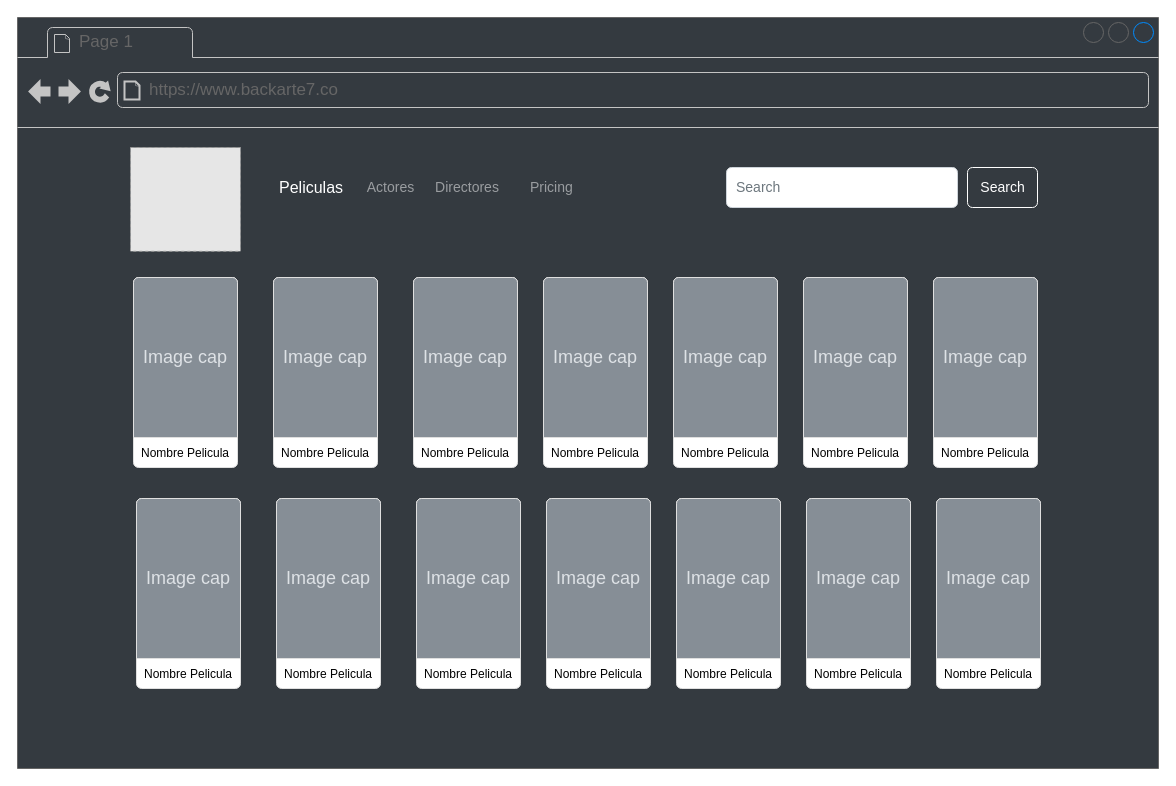
This is diagramas/ListaDePeliculas.drawio from ronguito/MISW4103-PAS, a draw.io file, before an edit. Source tidied: cells renumbered, new cells numbered last; positions are measured from the earlier drawing's top-left corner, leaving out a move shared by most shapes. Both pictures are drawn from the tidied source at 100%, with x=0, y=0 at pixel (17, 17). Pictures stored in the file or linked from it are replaced by grey dashed boxes.
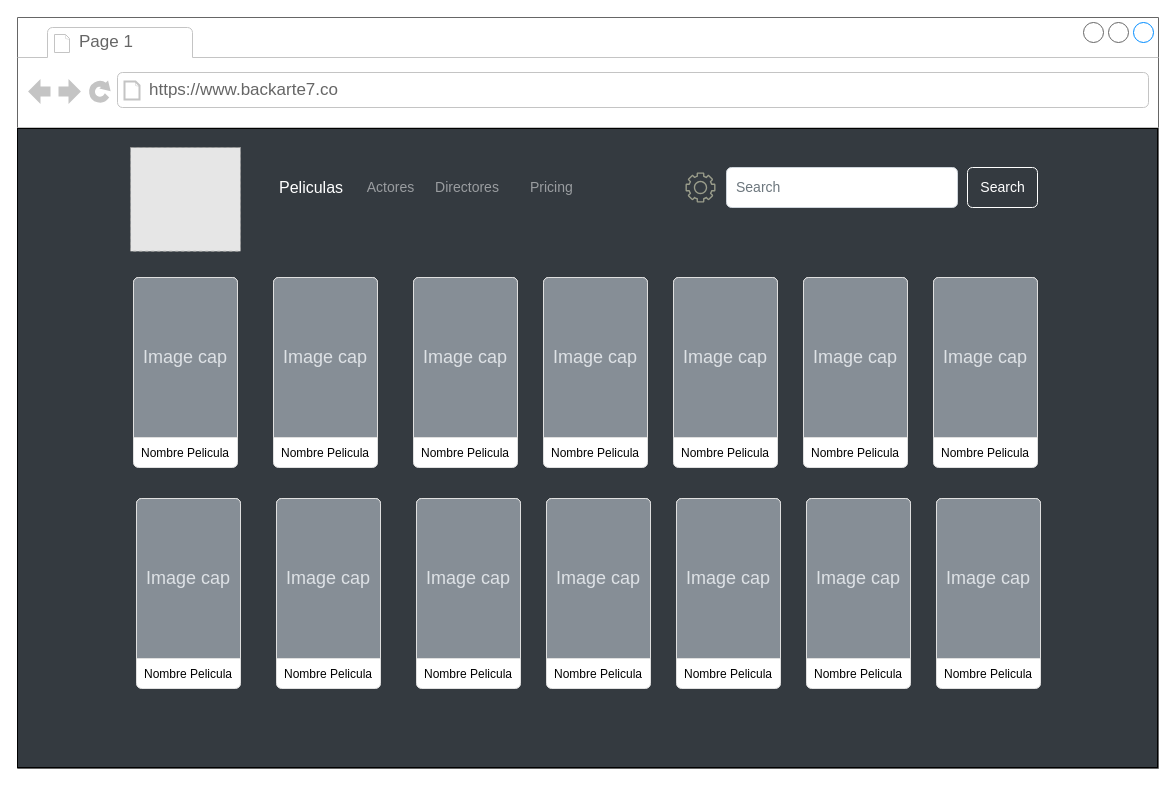
The same page after the edit.

The change refers to these unchanged cells:
```xml
<mxCell id="6" style="html=1;shadow=0;dashed=0;fillColor=#343A40;strokeColor=none;fontSize=16;fontColor=#ffffff;align=left;spacing=15;" parent="2" vertex="1">
  <mxGeometry x="240" y="140" width="790" height="60" as="geometry" />
</mxCell>
```

Change to the diagram source:
```diff
@@
-    <mxCell id="2" style="strokeWidth=1;shadow=0;dashed=0;align=center;html=1;shape=mxgraph.mockup.containers.browserWindow;rSize=0;strokeColor=#666666;strokeColor2=#008cff;strokeColor3=#c4c4c4;mainText=,;fillColor=#343a40;" parent="1" vertex="1">
+    <mxCell id="2" style="strokeWidth=1;shadow=0;dashed=0;align=center;html=1;shape=mxgraph.mockup.containers.browserWindow;rSize=0;strokeColor=#666666;strokeColor2=#008cff;strokeColor3=#c4c4c4;mainText=,;fillColor=#ffffff;" parent="1" vertex="1">
       <mxGeometry width="1141" height="751" as="geometry" />
     </mxCell>
+    <mxCell id="70" style="rounded=0;whiteSpace=wrap;html=1;fillColor=#343a40;" parent="2" vertex="1">
+      <mxGeometry y="111" width="1140" height="639" as="geometry" />
+    </mxCell>
@@
+    <mxCell id="71" style="sketch=0;fontColor=#232F3E;gradientColor=none;fillColor=#9a9d8b;strokeColor=none;dashed=0;verticalLabelPosition=bottom;verticalAlign=top;align=center;html=1;fontSize=12;fontStyle=0;shape=mxgraph.aws4.gear;" parent="6" vertex="1">
+      <mxGeometry x="428" y="15" width="30" height="30" as="geometry" />
+    </mxCell>
```
